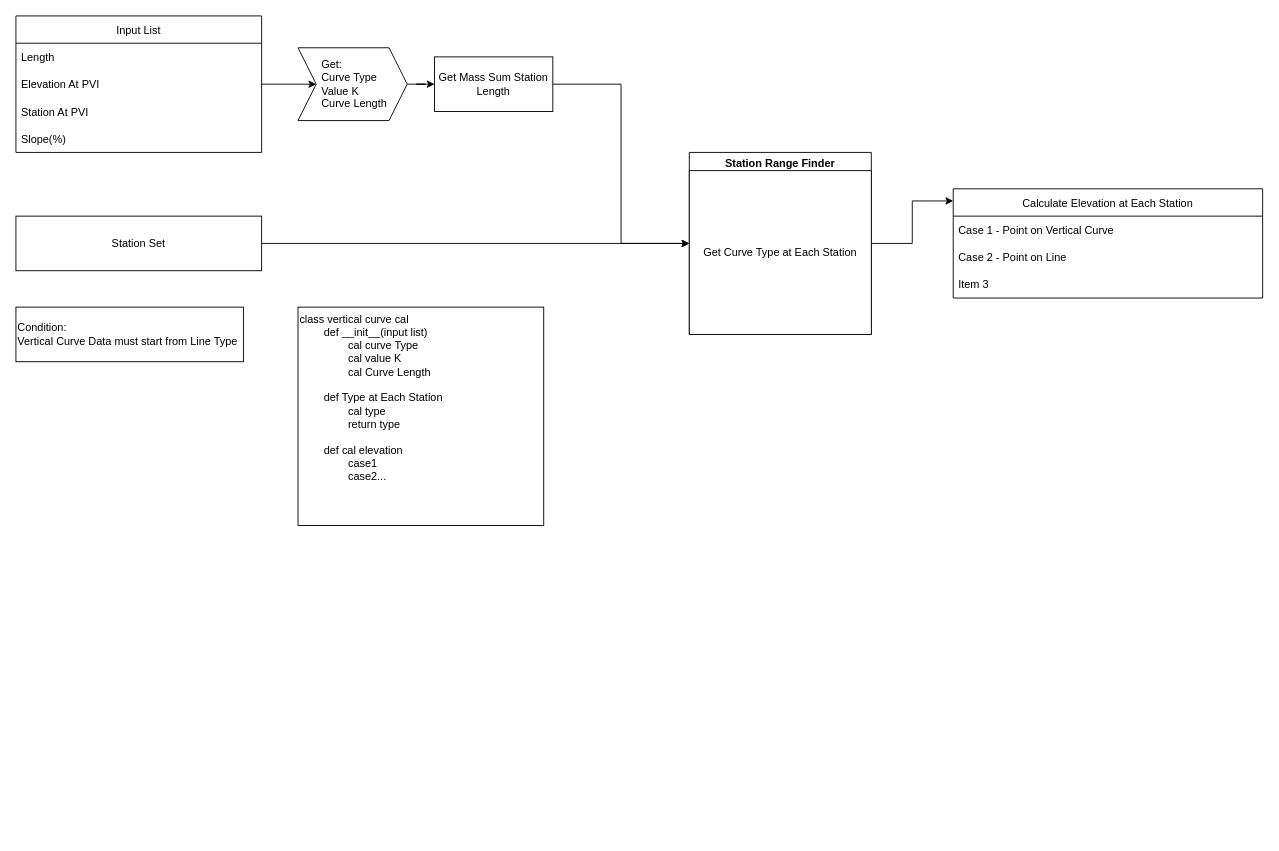
Lionel-Lim/DY-Dynamo keeps this draw.io diagram as script/Python/AlignConcept.drawio. Above is the earlier version. Source tidied: cells renumbered, new cells numbered last; positions are measured from the earlier drawing's top-left corner, leaving out a move shared by most shapes. Both pictures are drawn from the tidied source at 91%, with x=0, y=0 at pixel (15, 15).
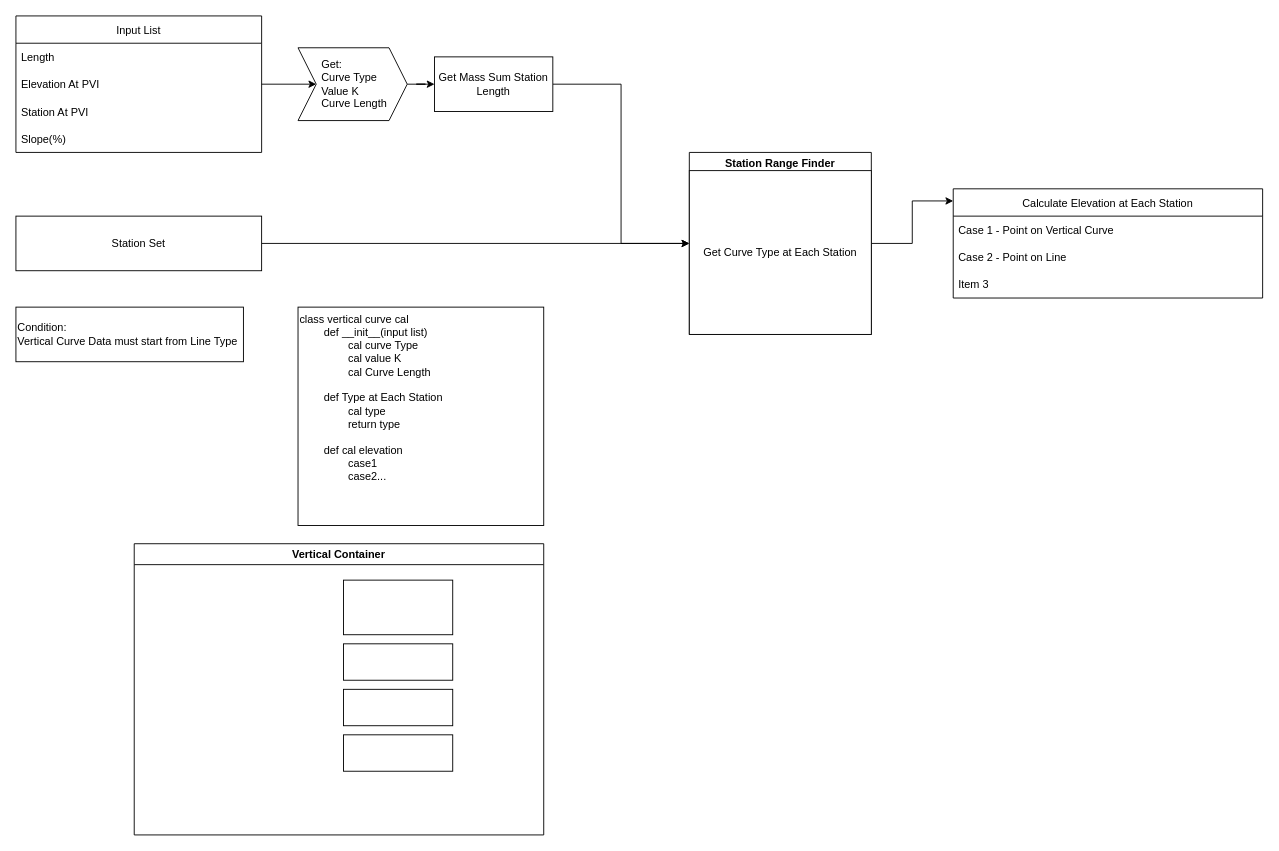
The same diagram, later.

Change to the diagram source:
```diff
@@
+    <mxCell id="23" value="Vertical Container" style="swimlane;" parent="1" vertex="1">
+      <mxGeometry x="130" y="580" width="450" height="320" as="geometry" />
+    </mxCell>
+    <mxCell id="24" style="rounded=0;whiteSpace=wrap;html=1;" parent="23" vertex="1">
+      <mxGeometry x="230" y="40" width="120" height="60" as="geometry" />
+    </mxCell>
+    <mxCell id="25" style="rounded=0;whiteSpace=wrap;html=1;" parent="23" vertex="1">
+      <mxGeometry x="230" y="110" width="120" height="40" as="geometry" />
+    </mxCell>
+    <mxCell id="26" style="rounded=0;whiteSpace=wrap;html=1;" parent="23" vertex="1">
+      <mxGeometry x="230" y="160" width="120" height="40" as="geometry" />
+    </mxCell>
+    <mxCell id="27" style="rounded=0;whiteSpace=wrap;html=1;" parent="23" vertex="1">
+      <mxGeometry x="230" y="210" width="120" height="40" as="geometry" />
+    </mxCell>
```
